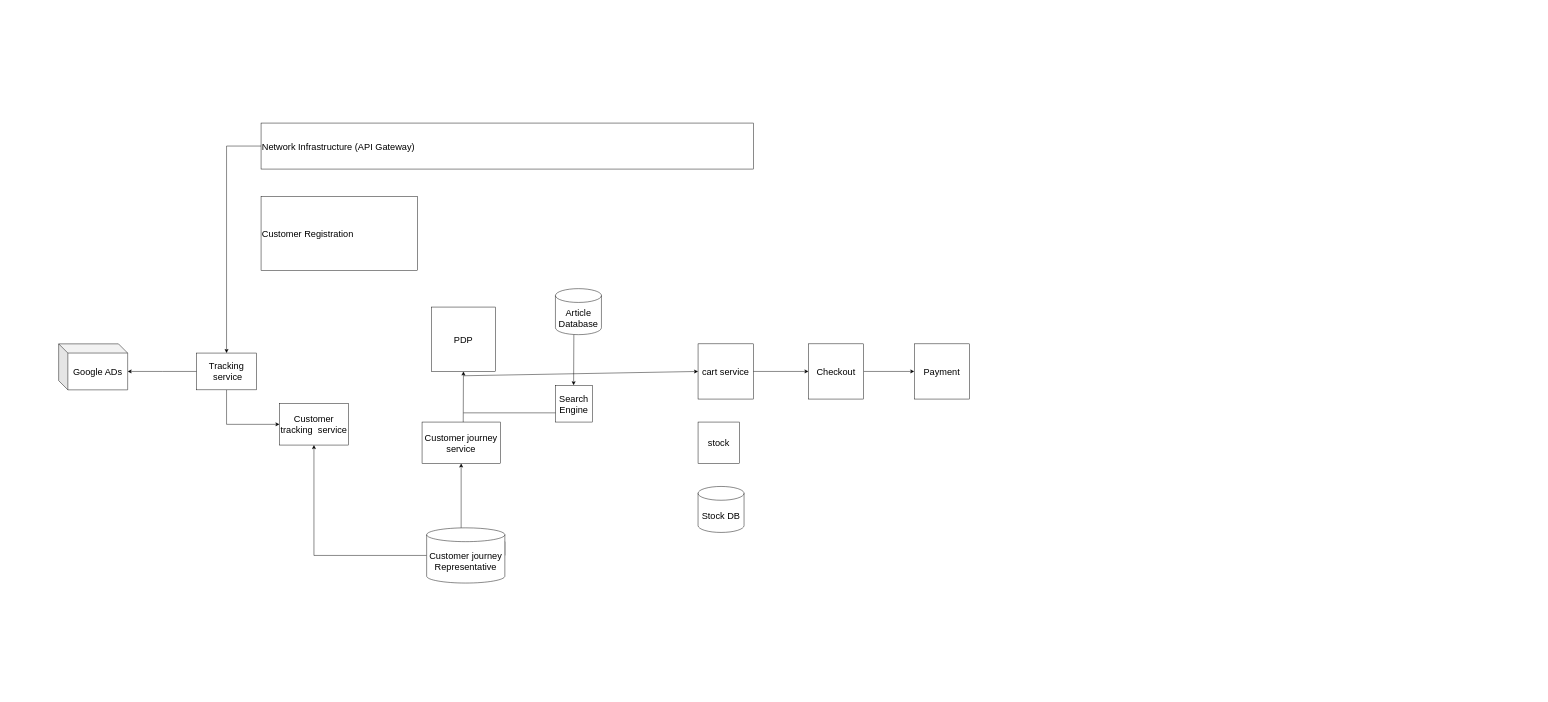
Earlier version of the draw.io diagram page "Page-2" (2 of 2) of Threat_modeling_of_zalando.drawio (NnamdiNgwu/threat_modeling_of_zalando). Source tidied: cells renumbered, new cells numbered last; positions are measured from the earlier drawing's top-left corner, leaving out a move shared by most shapes. Both pictures are drawn from the tidied source at 46%, with x=0, y=0 at pixel (58, 123).
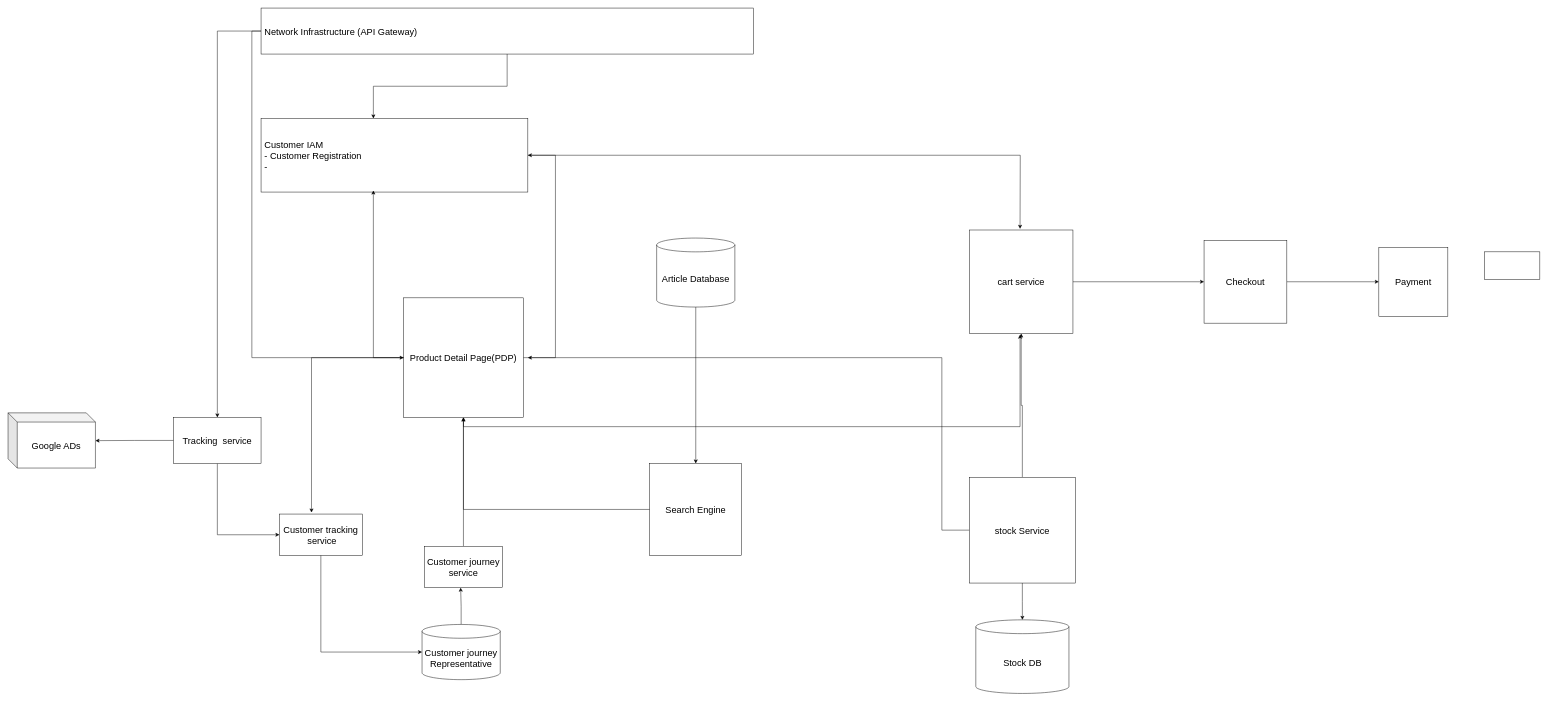
Above is the later version.

What changed in the source:
```diff
@@
+    <mxCell id="28" style="edgeStyle=orthogonalEdgeStyle;rounded=0;jettySize=auto;html=1;exitX=0.5;exitY=1;exitDx=0;exitDy=0;exitPerimeter=0;entryX=0.5;entryY=0;entryDx=0;entryDy=0;" parent="1" edge="1" source="2" target="9">
+      <mxGeometry relative="1" as="geometry" />
+    </mxCell>
     <mxCell id="2" value="&lt;font style=&quot;font-size: 20px;&quot;&gt;Article Database&lt;/font&gt;" style="shape=cylinder3;whiteSpace=wrap;html=1;boundedLbl=1;backgroundOutline=1;size=15;" parent="1" vertex="1">
-      <mxGeometry x="1080" y="360" width="100" height="100" as="geometry" />
+      <mxGeometry x="1300" y="250" width="170" height="150" as="geometry" />
     </mxCell>
-    <mxCell id="3" value="&lt;font style=&quot;font-size: 20px;&quot;&gt;Google ADs&lt;/font&gt;" style="shape=cube;whiteSpace=wrap;html=1;boundedLbl=1;backgroundOutline=1;darkOpacity=0.05;darkOpacity2=0.1;" parent="1" vertex="1">
-      <mxGeometry y="480" width="150" height="100" as="geometry" />
+    <mxCell id="3" value="&lt;font style=&quot;font-size: 20px;&quot;&gt;Google ADs&lt;/font&gt;" style="shape=cube;whiteSpace=wrap;html=1;boundedLbl=1;backgroundOutline=1;darkOpacity=0.05;darkOpacity2=0.1;direction=east;" parent="1" vertex="1">
+      <mxGeometry x="-110" y="630" width="190" height="120" as="geometry" />
     </mxCell>
+    <mxCell id="29" style="edgeStyle=orthogonalEdgeStyle;rounded=0;jettySize=auto;html=1;exitX=0.5;exitY=0;exitDx=0;exitDy=0;entryX=0.5;entryY=1;entryDx=0;entryDy=0;" parent="1" edge="1" source="4" target="8">
+      <mxGeometry relative="1" as="geometry" />
+    </mxCell>
     <mxCell id="4" value="&lt;font style=&quot;font-size: 20px;&quot;&gt;Customer journey service&lt;/font&gt;" style="rounded=0;whiteSpace=wrap;html=1;" parent="1" vertex="1">
-      <mxGeometry x="790" y="650" width="170" height="90" as="geometry" />
+      <mxGeometry x="795" y="920" width="170" height="90" as="geometry" />
     </mxCell>
-    <mxCell id="5" style="edgeStyle=orthogonalEdgeStyle;rounded=0;jettySize=auto;html=1;exitX=1;exitY=0.5;exitDx=0;exitDy=0;exitPerimeter=0;entryX=0.5;entryY=1;entryDx=0;entryDy=0;" parent="1" edge="1" source="7" target="4">
-      <mxGeometry relative="1" as="geometry">
-        <Array as="points">
-          <mxPoint x="875" y="910" />
-        </Array>
-      </mxGeometry>
-    </mxCell>
-    <mxCell id="6" style="edgeStyle=orthogonalEdgeStyle;rounded=0;jettySize=auto;html=1;exitX=0;exitY=0.5;exitDx=0;exitDy=0;exitPerimeter=0;entryX=0.5;entryY=1;entryDx=0;entryDy=0;" parent="1" edge="1" source="7" target="21">
-      <mxGeometry relative="1" as="geometry" />
-    </mxCell>
+    <mxCell id="30" style="edgeStyle=orthogonalEdgeStyle;rounded=0;jettySize=auto;html=1;exitX=0.5;exitY=0;exitDx=0;exitDy=0;exitPerimeter=0;" parent="1" edge="1" source="7">
+      <mxGeometry relative="1" as="geometry">
+        <mxPoint x="873.9" y="1010" as="targetPoint" />
+      </mxGeometry>
+    </mxCell>
     <mxCell id="7" value="&lt;font style=&quot;font-size: 20px;&quot;&gt;Customer journey Representative&lt;/font&gt;" style="shape=cylinder3;whiteSpace=wrap;html=1;boundedLbl=1;backgroundOutline=1;size=15;" parent="1" vertex="1">
-      <mxGeometry x="800" y="880" width="170" height="120" as="geometry" />
+      <mxGeometry x="790" y="1090" width="170" height="120" as="geometry" />
     </mxCell>
+    <mxCell id="31" style="edgeStyle=orthogonalEdgeStyle;rounded=0;jettySize=auto;html=1;exitX=1;exitY=0.5;exitDx=0;exitDy=0;entryX=1;entryY=0.5;entryDx=0;entryDy=0;" parent="1" edge="1" source="8" target="27">
+      <mxGeometry relative="1" as="geometry">
+        <Array as="points">
+          <mxPoint x="1080" y="510" />
+          <mxPoint x="1080" y="70" />
+        </Array>
+      </mxGeometry>
+    </mxCell>
+    <mxCell id="32" style="edgeStyle=orthogonalEdgeStyle;rounded=0;jettySize=auto;html=1;exitX=0.5;exitY=1;exitDx=0;exitDy=0;" parent="1" edge="1" source="8">
+      <mxGeometry relative="1" as="geometry">
+        <mxPoint x="2090" y="460" as="targetPoint" />
+        <Array as="points">
+          <mxPoint x="880" y="660" />
+          <mxPoint x="2090" y="660" />
+        </Array>
+      </mxGeometry>
+    </mxCell>
-    <mxCell id="8" value="&lt;font style=&quot;font-size: 20px;&quot;&gt;PDP&lt;/font&gt;" style="whiteSpace=wrap;html=1;" parent="1" vertex="1">
-      <mxGeometry x="810" y="400" width="140" height="140" as="geometry" />
+    <mxCell id="8" value="&lt;font style=&quot;font-size: 20px;&quot;&gt;Product Detail Page(PDP)&lt;/font&gt;" style="whiteSpace=wrap;html=1;" parent="1" vertex="1">
+      <mxGeometry x="750" y="380" width="260" height="260" as="geometry" />
     </mxCell>
+    <mxCell id="33" style="edgeStyle=orthogonalEdgeStyle;rounded=0;jettySize=auto;html=1;exitX=0;exitY=0.5;exitDx=0;exitDy=0;entryX=0.5;entryY=1;entryDx=0;entryDy=0;" parent="1" edge="1" source="9" target="8">
+      <mxGeometry relative="1" as="geometry" />
+    </mxCell>
     <mxCell id="9" value="&lt;font style=&quot;font-size: 20px;&quot;&gt;Search Engine&lt;/font&gt;" style="whiteSpace=wrap;html=1;" parent="1" vertex="1">
-      <mxGeometry x="1080" y="570" width="80" height="80" as="geometry" />
+      <mxGeometry x="1285" y="740" width="200" height="200" as="geometry" />
     </mxCell>
-    <mxCell id="10" style="endArrow=classic;html=1;rounded=0;entryX=0.5;entryY=1;entryDx=0;entryDy=0;" parent="1" edge="1" target="8">
-      <mxGeometry relative="1" as="geometry">
-        <mxPoint x="879.5" y="650" as="sourcePoint" />
-      </mxGeometry>
-    </mxCell>
-    <mxCell id="11" style="endArrow=none;html=1;rounded=0;entryX=0;entryY=0.75;entryDx=0;entryDy=0;" parent="1" edge="1" target="9">
-      <mxGeometry relative="1" as="geometry">
-        <mxPoint x="880" y="630" as="sourcePoint" />
-      </mxGeometry>
-    </mxCell>
-    <mxCell id="12" style="endArrow=classic;html=1;rounded=0;" parent="1" edge="1">
-      <mxGeometry relative="1" as="geometry">
-        <mxPoint x="1120" y="460" as="sourcePoint" />
-        <mxPoint x="1119.5" y="570" as="targetPoint" />
-      </mxGeometry>
-    </mxCell>
@@
     <mxCell id="14" value="&lt;font style=&quot;font-size: 20px;&quot;&gt;cart service&lt;/font&gt;" style="whiteSpace=wrap;html=1;" parent="1" vertex="1">
-      <mxGeometry x="1390" y="480" width="120" height="120" as="geometry" />
+      <mxGeometry x="1980" y="232.5" width="225" height="225" as="geometry" />
     </mxCell>
     <mxCell id="15" value="&lt;font style=&quot;font-size: 20px;&quot;&gt;Stock DB&lt;/font&gt;" style="shape=cylinder3;whiteSpace=wrap;html=1;boundedLbl=1;backgroundOutline=1;size=15;" parent="1" vertex="1">
-      <mxGeometry x="1390" y="790" width="100" height="100" as="geometry" />
+      <mxGeometry x="1993.8" y="1080" width="202.5" height="160" as="geometry" />
     </mxCell>
+    <mxCell id="34" style="edgeStyle=orthogonalEdgeStyle;rounded=0;jettySize=auto;html=1;exitX=0;exitY=0.5;exitDx=0;exitDy=0;" parent="1" edge="1" source="16">
+      <mxGeometry relative="1" as="geometry">
+        <mxPoint x="1020" y="510" as="targetPoint" />
+        <Array as="points">
+          <mxPoint x="1920" y="885" />
+          <mxPoint x="1920" y="510" />
+        </Array>
+      </mxGeometry>
+    </mxCell>
+    <mxCell id="35" style="edgeStyle=orthogonalEdgeStyle;rounded=0;jettySize=auto;html=1;exitX=0.5;exitY=0;exitDx=0;exitDy=0;entryX=0.5;entryY=1;entryDx=0;entryDy=0;" parent="1" edge="1" source="16" target="14">
+      <mxGeometry relative="1" as="geometry" />
+    </mxCell>
-    <mxCell id="16" value="&lt;font style=&quot;font-size: 20px;&quot;&gt;stock&lt;/font&gt;" style="whiteSpace=wrap;html=1;" parent="1" vertex="1">
-      <mxGeometry x="1390" y="650" width="90" height="90" as="geometry" />
+    <mxCell id="16" value="&lt;font style=&quot;font-size: 20px;&quot;&gt;stock Service&lt;/font&gt;" style="whiteSpace=wrap;html=1;" parent="1" vertex="1">
+      <mxGeometry x="1980" y="770" width="230" height="230" as="geometry" />
     </mxCell>
-    <mxCell id="17" style="endArrow=classic;html=1;rounded=0;entryX=0;entryY=0.5;entryDx=0;entryDy=0;" parent="1" edge="1" target="14">
-      <mxGeometry relative="1" as="geometry">
-        <mxPoint x="880" y="549.4" as="sourcePoint" />
-      </mxGeometry>
-    </mxCell>
@@
     <mxCell id="19" value="&lt;font style=&quot;font-size: 20px;&quot;&gt;Checkout&lt;/font&gt;" style="whiteSpace=wrap;html=1;" parent="1" vertex="1">
-      <mxGeometry x="1630" y="480" width="120" height="120" as="geometry" />
+      <mxGeometry x="2490" y="255" width="180" height="180" as="geometry" />
     </mxCell>
     <mxCell id="20" value="&lt;font style=&quot;font-size: 20px;&quot;&gt;Payment&lt;/font&gt;" style="whiteSpace=wrap;html=1;" parent="1" vertex="1">
-      <mxGeometry x="1860" y="480" width="120" height="120" as="geometry" />
+      <mxGeometry x="2870" y="270" width="150" height="150" as="geometry" />
     </mxCell>
     <mxCell id="21" value="&lt;font style=&quot;font-size: 20px;&quot;&gt;Customer tracking &amp;nbsp;service&lt;/font&gt;" style="rounded=0;whiteSpace=wrap;html=1;" parent="1" vertex="1">
-      <mxGeometry x="480" y="610" width="150" height="90" as="geometry" />
+      <mxGeometry x="480" y="850" width="180" height="90" as="geometry" />
     </mxCell>
+    <mxCell id="36" style="edgeStyle=orthogonalEdgeStyle;rounded=0;jettySize=auto;html=1;exitX=0;exitY=0.5;exitDx=0;exitDy=0;" parent="1" edge="1" source="24">
+      <mxGeometry relative="1" as="geometry">
+        <mxPoint x="80" y="690.4" as="targetPoint" />
+      </mxGeometry>
+    </mxCell>
@@
-    <mxCell id="23" style="edgeStyle=orthogonalEdgeStyle;rounded=0;jettySize=auto;html=1;exitX=0;exitY=0.5;exitDx=0;exitDy=0;" parent="1" edge="1" source="24">
-      <mxGeometry relative="1" as="geometry">
-        <mxPoint x="150" y="540" as="targetPoint" />
-      </mxGeometry>
-    </mxCell>
     <mxCell id="24" value="&lt;font style=&quot;font-size: 20px;&quot;&gt;Tracking &amp;nbsp;service&lt;/font&gt;" style="rounded=0;whiteSpace=wrap;html=1;" parent="1" vertex="1">
-      <mxGeometry x="300" y="500" width="130" height="80" as="geometry" />
+      <mxGeometry x="250" y="640" width="190" height="100" as="geometry" />
     </mxCell>
@@
+    <mxCell id="37" style="edgeStyle=orthogonalEdgeStyle;rounded=0;jettySize=auto;html=1;exitX=0;exitY=0.5;exitDx=0;exitDy=0;entryX=0;entryY=0.5;entryDx=0;entryDy=0;" parent="1" edge="1" source="26" target="8">
+      <mxGeometry relative="1" as="geometry" />
+    </mxCell>
-    <mxCell id="26" value="&lt;font style=&quot;font-size: 20px;&quot;&gt;Network Infrastructure (API Gateway)&lt;/font&gt;" style="rounded=0;whiteSpace=wrap;html=1;align=left;" parent="1" vertex="1">
-      <mxGeometry x="440" width="1070" height="100" as="geometry" />
+    <mxCell id="26" value="&lt;font style=&quot;font-size: 20px;&quot;&gt;&amp;nbsp;Network Infrastructure (API Gateway)&lt;/font&gt;" style="rounded=0;whiteSpace=wrap;html=1;align=left;" parent="1" vertex="1">
+      <mxGeometry x="440" y="-250" width="1070" height="100" as="geometry" />
     </mxCell>
+    <mxCell id="38" style="edgeStyle=orthogonalEdgeStyle;rounded=0;jettySize=auto;html=1;exitX=1;exitY=0.5;exitDx=0;exitDy=0;" parent="1" edge="1" source="27">
+      <mxGeometry relative="1" as="geometry">
+        <mxPoint x="2090" y="230" as="targetPoint" />
+      </mxGeometry>
+    </mxCell>
-    <mxCell id="27" value="&lt;font style=&quot;font-size: 20px;&quot;&gt;Customer Registration&lt;/font&gt;" style="rounded=0;whiteSpace=wrap;html=1;align=left;" parent="1" vertex="1">
-      <mxGeometry x="440" y="160" width="340" height="160" as="geometry" />
+    <mxCell id="27" value="&lt;font style=&quot;font-size: 20px;&quot;&gt;&amp;nbsp;Customer IAM&lt;/font&gt;&lt;div&gt;&lt;span style=&quot;font-size: 20px;&quot;&gt;&amp;nbsp;- Customer Registration&lt;/span&gt;&lt;/div&gt;&lt;div&gt;&lt;span style=&quot;font-size: 20px;&quot;&gt;&amp;nbsp;-&amp;nbsp;&lt;/span&gt;&lt;/div&gt;" style="rounded=0;whiteSpace=wrap;html=1;align=left;" parent="1" vertex="1">
+      <mxGeometry x="440" y="-10" width="580" height="160" as="geometry" />
     </mxCell>
+    <mxCell id="39" style="edgeStyle=orthogonalEdgeStyle;rounded=0;jettySize=auto;html=1;exitX=0.5;exitY=1;exitDx=0;exitDy=0;entryX=0;entryY=0.5;entryDx=0;entryDy=0;entryPerimeter=0;" parent="1" edge="1" source="21" target="7">
+      <mxGeometry relative="1" as="geometry" />
+    </mxCell>
+    <mxCell id="40" style="rounded=0;whiteSpace=wrap;html=1;" parent="1" vertex="1">
+      <mxGeometry x="3100" y="280" width="120" height="60" as="geometry" />
+    </mxCell>
+    <mxCell id="41" style="edgeStyle=orthogonalEdgeStyle;rounded=0;jettySize=auto;html=1;exitX=0;exitY=0.5;exitDx=0;exitDy=0;entryX=0.387;entryY=-0.037;entryDx=0;entryDy=0;entryPerimeter=0;" parent="1" edge="1" source="8" target="21">
+      <mxGeometry relative="1" as="geometry" />
+    </mxCell>
+    <mxCell id="42" style="edgeStyle=orthogonalEdgeStyle;rounded=0;jettySize=auto;html=1;exitX=0;exitY=0.5;exitDx=0;exitDy=0;entryX=0.421;entryY=0.979;entryDx=0;entryDy=0;entryPerimeter=0;" parent="1" edge="1" source="8" target="27">
+      <mxGeometry relative="1" as="geometry" />
+    </mxCell>
+    <mxCell id="43" style="edgeStyle=orthogonalEdgeStyle;rounded=0;jettySize=auto;html=1;exitX=0.5;exitY=1;exitDx=0;exitDy=0;entryX=0.421;entryY=0;entryDx=0;entryDy=0;entryPerimeter=0;" parent="1" edge="1" source="26" target="27">
+      <mxGeometry relative="1" as="geometry" />
+    </mxCell>
+    <mxCell id="44" style="edgeStyle=orthogonalEdgeStyle;rounded=0;jettySize=auto;html=1;exitX=0.5;exitY=1;exitDx=0;exitDy=0;entryX=0.5;entryY=0;entryDx=0;entryDy=0;entryPerimeter=0;" parent="1" edge="1" source="16" target="15">
+      <mxGeometry relative="1" as="geometry" />
+    </mxCell>
```
